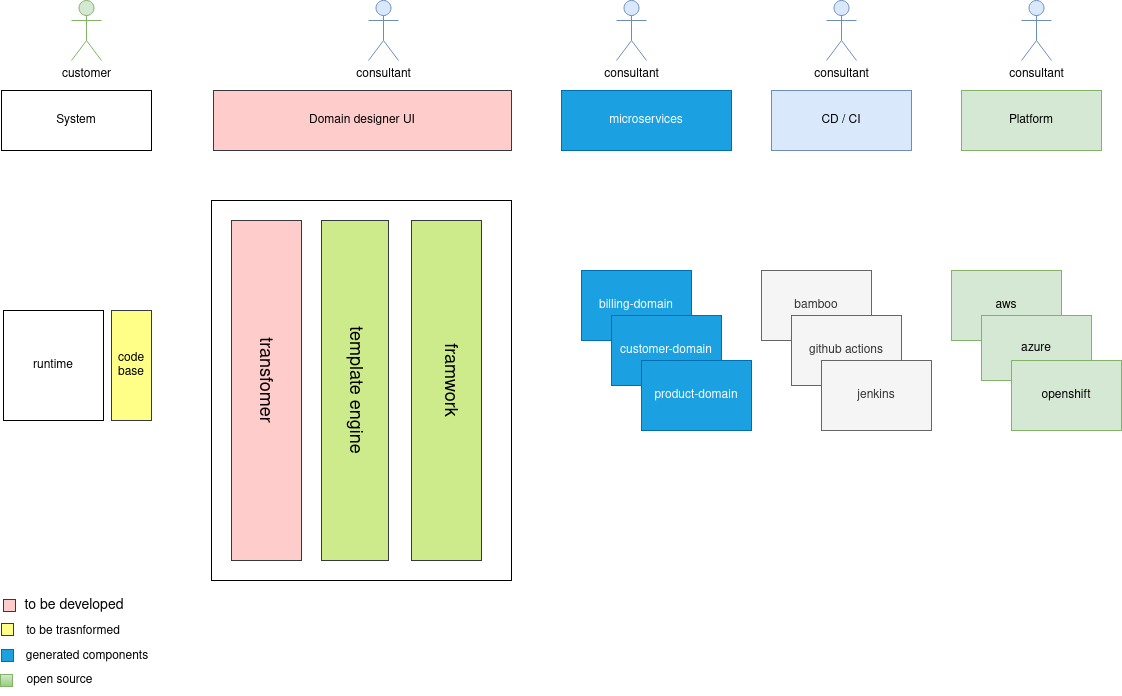
This is src/main/resources/static/images/system-generation-overview.drawio.png from gunnarro/gunnarro-web, a draw.io export, as it was before one commit. Source tidied: cells renumbered, new cells last; positions are measured from the earlier drawing's top-left corner, leaving out a move shared by most shapes.
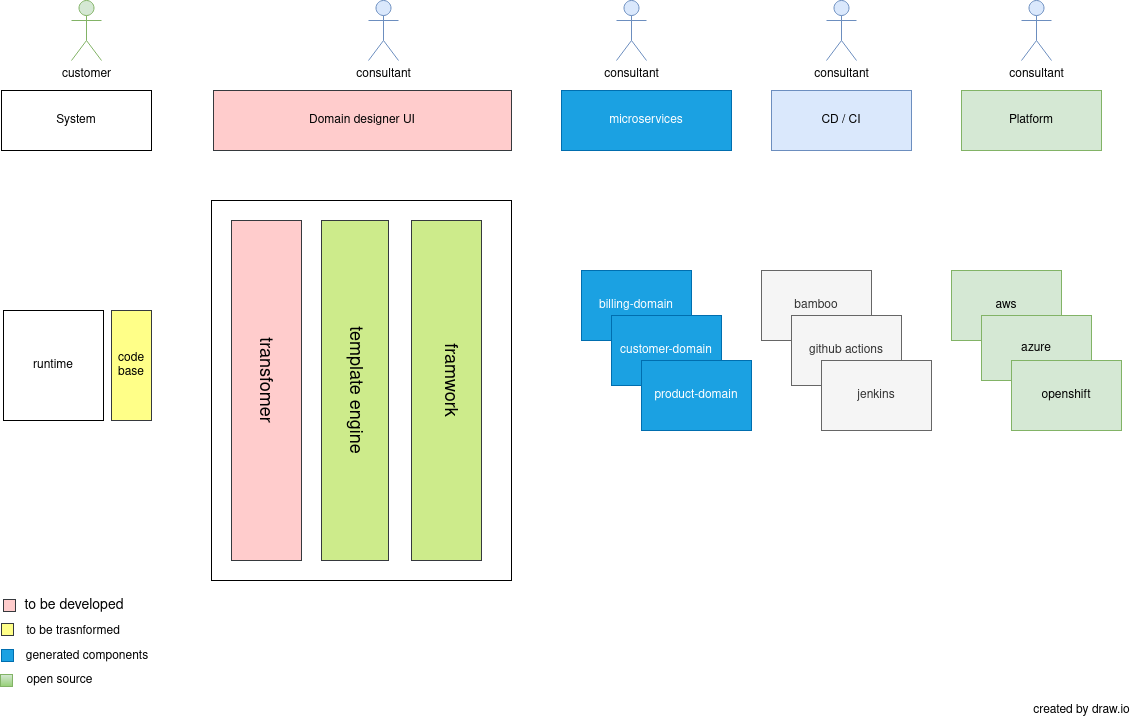
The same diagram one commit later.

Change to the diagram source:
```diff
@@ -110,5 +110,8 @@
     <mxCell id="37" value="open source" style="text;html=1;strokeColor=none;fillColor=none;align=center;verticalAlign=middle;whiteSpace=wrap;rounded=0;" parent="1" vertex="1">
       <mxGeometry x="12" y="665" width="95" height="30" as="geometry" />
     </mxCell>
+    <mxCell id="38" value="created by draw.io" style="text;html=1;strokeColor=none;fillColor=none;align=center;verticalAlign=middle;whiteSpace=wrap;rounded=0;" parent="1" vertex="1">
+      <mxGeometry x="1021" y="695" width="121" height="30" as="geometry" />
+    </mxCell>
   </root>
 </mxGraphModel>
```
